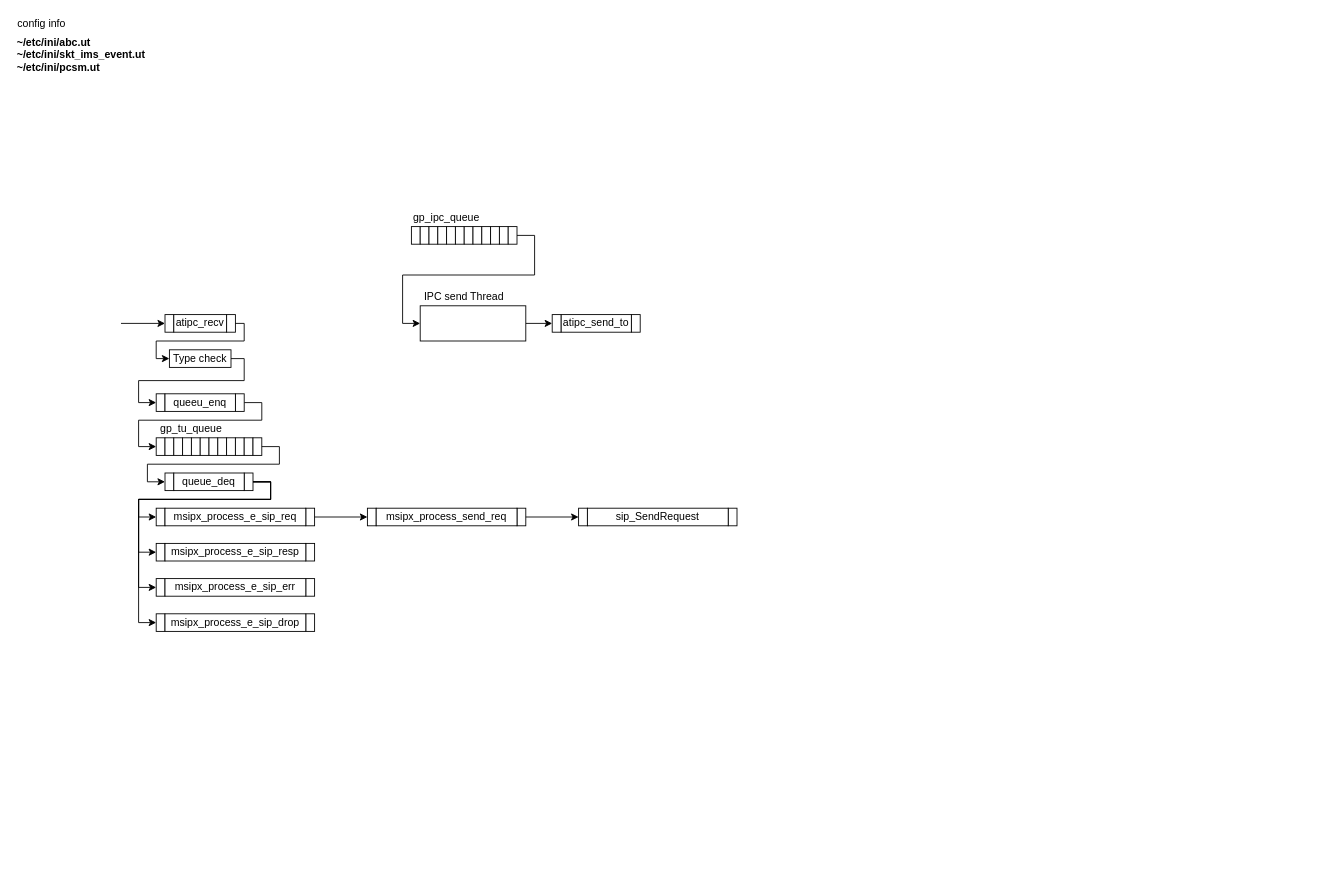
JaeHyeon774/NEWTIL keeps this draw.io diagram as ABC.drawio. Above is the earlier version. Source tidied: cells renumbered, new cells numbered last; positions are measured from the earlier drawing's top-left corner, leaving out a move shared by most shapes. Both pictures are drawn from the tidied source at 88%, with x=0, y=0 at pixel (15, 15).
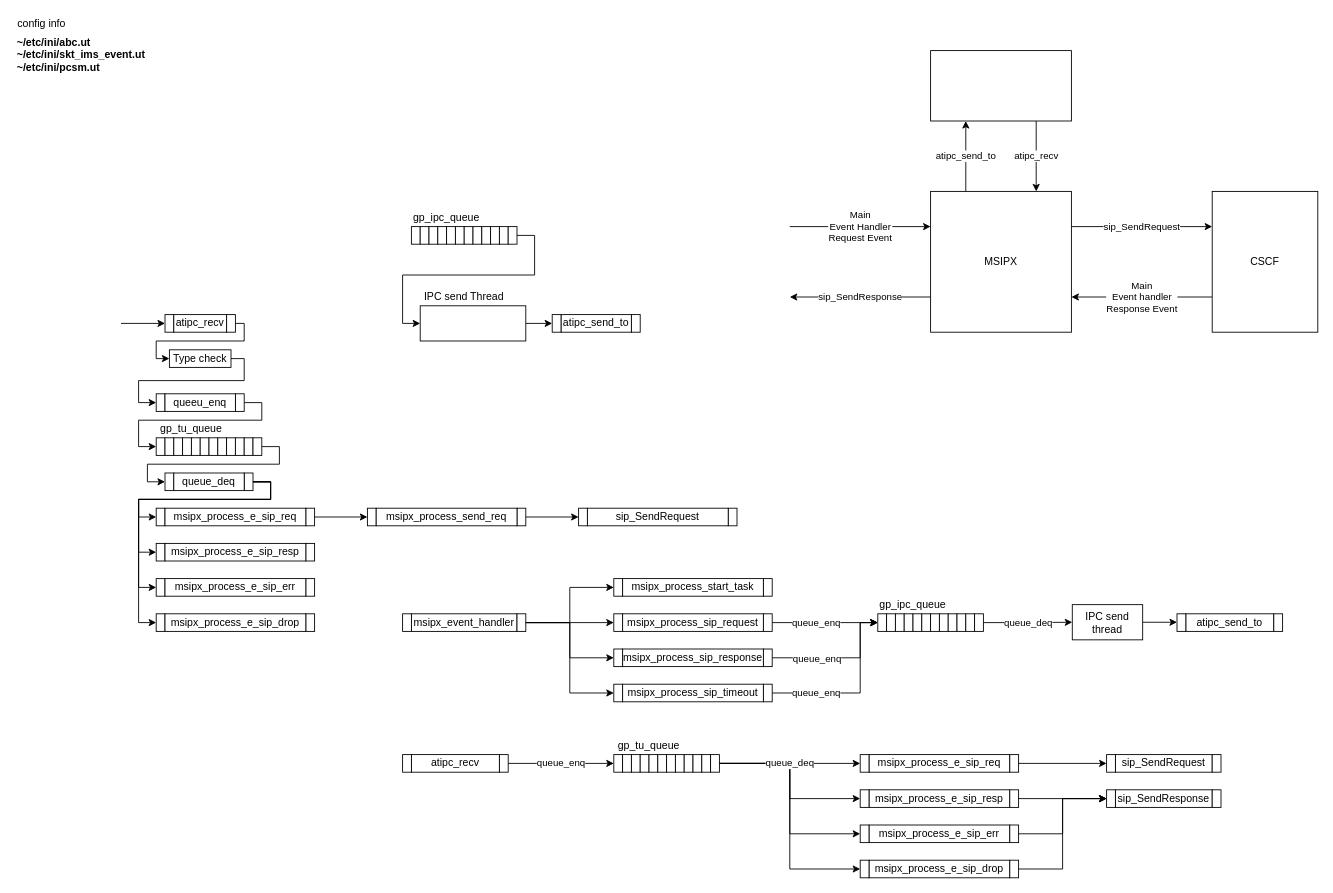
After the change.

Diff of the diagram source:
```diff
@@
+    <mxCell id="89" value="atipc_send_to" style="edgeStyle=orthogonalEdgeStyle;rounded=0;jettySize=auto;html=1;exitX=0.25;exitY=0;exitDx=0;exitDy=0;entryX=0.25;entryY=1;entryDx=0;entryDy=0;" parent="1" edge="1" source="90" target="97">
+      <mxGeometry relative="1" as="geometry" />
+    </mxCell>
+    <mxCell id="90" value="MSIPX" style="whiteSpace=wrap;html=1;" parent="1" vertex="1">
+      <mxGeometry x="1040" y="200" width="160" height="160" as="geometry" />
+    </mxCell>
+    <mxCell id="91" value="Main&lt;div&gt;Event Handler&lt;/div&gt;&lt;div&gt;Request Event&lt;/div&gt;" style="endArrow=classic;html=1;rounded=0;entryX=0;entryY=0.25;entryDx=0;entryDy=0;" parent="1" edge="1" target="90">
+      <mxGeometry relative="1" as="geometry">
+        <mxPoint x="880" y="240" as="sourcePoint" />
+      </mxGeometry>
+    </mxCell>
+    <mxCell id="92" value="s&lt;span style=&quot;background-color: light-dark(#ffffff, var(--ge-dark-color, #121212)); color: light-dark(rgb(0, 0, 0), rgb(255, 255, 255));&quot;&gt;ip_SendRequest&lt;/span&gt;" style="endArrow=classic;html=1;rounded=0;exitX=1;exitY=0.25;exitDx=0;exitDy=0;" parent="1" edge="1" source="90">
+      <mxGeometry relative="1" as="geometry">
+        <mxPoint x="1360" y="240" as="targetPoint" />
+      </mxGeometry>
+    </mxCell>
+    <mxCell id="93" value="Main&lt;div&gt;Event handler&lt;/div&gt;&lt;div&gt;Response Event&lt;/div&gt;" style="endArrow=classic;html=1;rounded=0;entryX=1;entryY=0.75;entryDx=0;entryDy=0;" parent="1" edge="1" target="90">
+      <mxGeometry relative="1" as="geometry">
+        <mxPoint x="1360" y="320" as="sourcePoint" />
+      </mxGeometry>
+    </mxCell>
+    <mxCell id="94" value="sip_SendResponse" style="endArrow=classic;html=1;rounded=0;exitX=0;exitY=0.75;exitDx=0;exitDy=0;" parent="1" edge="1" source="90">
+      <mxGeometry relative="1" as="geometry">
+        <mxPoint x="880" y="320" as="targetPoint" />
+      </mxGeometry>
+    </mxCell>
+    <mxCell id="95" value="CSCF" style="rounded=0;whiteSpace=wrap;html=1;" parent="1" vertex="1">
+      <mxGeometry x="1360" y="200" width="120" height="160" as="geometry" />
+    </mxCell>
+    <mxCell id="96" value="atipc_recv" style="edgeStyle=orthogonalEdgeStyle;rounded=0;jettySize=auto;html=1;exitX=0.75;exitY=1;exitDx=0;exitDy=0;entryX=0.75;entryY=0;entryDx=0;entryDy=0;" parent="1" edge="1" source="97" target="90">
+      <mxGeometry relative="1" as="geometry" />
+    </mxCell>
+    <mxCell id="97" style="rounded=0;whiteSpace=wrap;html=1;" parent="1" vertex="1">
+      <mxGeometry x="1040" y="40" width="160" height="80" as="geometry" />
+    </mxCell>
+    <mxCell id="98" style="group;" parent="1" vertex="1">
+      <mxGeometry x="680" y="680" width="180" height="20" as="geometry" />
+    </mxCell>
+    <mxCell id="99" value="msipx_process_sip_request" style="rounded=0;whiteSpace=wrap;html=1;" parent="98" vertex="1">
+      <mxGeometry x="10" width="160" height="20" as="geometry" />
+    </mxCell>
+    <mxCell id="100" style="rounded=0;whiteSpace=wrap;html=1;" parent="98" vertex="1">
+      <mxGeometry width="10" height="20" as="geometry" />
+    </mxCell>
+    <mxCell id="101" style="rounded=0;whiteSpace=wrap;html=1;" parent="98" vertex="1">
+      <mxGeometry x="170" width="10" height="20" as="geometry" />
+    </mxCell>
+    <mxCell id="102" style="group;" parent="1" vertex="1">
+      <mxGeometry x="980" y="660" width="120" height="40" as="geometry" />
+    </mxCell>
+    <mxCell id="103" value="gp_ipc_que&lt;span style=&quot;background-color: transparent; color: light-dark(rgb(0, 0, 0), rgb(255, 255, 255));&quot;&gt;ue&lt;/span&gt;" style="text;html=1;whiteSpace=wrap;strokeColor=none;fillColor=none;align=center;verticalAlign=middle;rounded=0;" parent="102" vertex="1">
+      <mxGeometry width="80" height="20" as="geometry" />
+    </mxCell>
+    <mxCell id="104" style="rounded=0;whiteSpace=wrap;html=1;" parent="102" vertex="1">
+      <mxGeometry y="20" width="10" height="20" as="geometry" />
+    </mxCell>
+    <mxCell id="105" style="rounded=0;whiteSpace=wrap;html=1;" parent="102" vertex="1">
+      <mxGeometry x="10" y="20" width="10" height="20" as="geometry" />
+    </mxCell>
+    <mxCell id="106" style="rounded=0;whiteSpace=wrap;html=1;" parent="102" vertex="1">
+      <mxGeometry x="20" y="20" width="10" height="20" as="geometry" />
+    </mxCell>
+    <mxCell id="107" style="rounded=0;whiteSpace=wrap;html=1;" parent="102" vertex="1">
+      <mxGeometry x="30" y="20" width="10" height="20" as="geometry" />
+    </mxCell>
+    <mxCell id="108" style="rounded=0;whiteSpace=wrap;html=1;" parent="102" vertex="1">
+      <mxGeometry x="40" y="20" width="10" height="20" as="geometry" />
+    </mxCell>
+    <mxCell id="109" style="rounded=0;whiteSpace=wrap;html=1;" parent="102" vertex="1">
+      <mxGeometry x="50" y="20" width="10" height="20" as="geometry" />
+    </mxCell>
+    <mxCell id="110" style="rounded=0;whiteSpace=wrap;html=1;" parent="102" vertex="1">
+      <mxGeometry x="60" y="20" width="10" height="20" as="geometry" />
+    </mxCell>
+    <mxCell id="111" style="rounded=0;whiteSpace=wrap;html=1;" parent="102" vertex="1">
+      <mxGeometry x="70" y="20" width="10" height="20" as="geometry" />
+    </mxCell>
+    <mxCell id="112" style="rounded=0;whiteSpace=wrap;html=1;" parent="102" vertex="1">
+      <mxGeometry x="80" y="20" width="10" height="20" as="geometry" />
+    </mxCell>
+    <mxCell id="113" style="rounded=0;whiteSpace=wrap;html=1;" parent="102" vertex="1">
+      <mxGeometry x="90" y="20" width="10" height="20" as="geometry" />
+    </mxCell>
+    <mxCell id="114" style="rounded=0;whiteSpace=wrap;html=1;" parent="102" vertex="1">
+      <mxGeometry x="100" y="20" width="10" height="20" as="geometry" />
+    </mxCell>
+    <mxCell id="115" style="rounded=0;whiteSpace=wrap;html=1;" parent="102" vertex="1">
+      <mxGeometry x="110" y="20" width="10" height="20" as="geometry" />
+    </mxCell>
+    <mxCell id="116" value="&lt;div&gt;queue_enq&lt;/div&gt;" style="edgeStyle=orthogonalEdgeStyle;rounded=0;jettySize=auto;html=1;exitX=1;exitY=0.5;exitDx=0;exitDy=0;entryX=0;entryY=0.5;entryDx=0;entryDy=0;" parent="1" edge="1" source="101" target="104">
+      <mxGeometry x="-0.17" relative="1" as="geometry" />
+    </mxCell>
+    <mxCell id="117" style="group;" parent="1" vertex="1">
+      <mxGeometry x="440" y="680" width="140" height="20" as="geometry" />
+    </mxCell>
+    <mxCell id="118" value="msipx_event_handler" style="rounded=0;whiteSpace=wrap;html=1;" parent="117" vertex="1">
+      <mxGeometry x="10" width="120" height="20" as="geometry" />
+    </mxCell>
+    <mxCell id="119" style="rounded=0;whiteSpace=wrap;html=1;" parent="117" vertex="1">
+      <mxGeometry width="10" height="20" as="geometry" />
+    </mxCell>
+    <mxCell id="120" style="rounded=0;whiteSpace=wrap;html=1;" parent="117" vertex="1">
+      <mxGeometry x="130" width="10" height="20" as="geometry" />
+    </mxCell>
+    <mxCell id="121" style="edgeStyle=orthogonalEdgeStyle;rounded=0;jettySize=auto;html=1;exitX=1;exitY=0.5;exitDx=0;exitDy=0;entryX=0;entryY=0.5;entryDx=0;entryDy=0;" parent="1" edge="1" source="120" target="100">
+      <mxGeometry relative="1" as="geometry" />
+    </mxCell>
+    <mxCell id="122" style="group;" parent="1" vertex="1">
+      <mxGeometry x="680" y="720" width="180" height="20" as="geometry" />
+    </mxCell>
+    <mxCell id="123" value="msipx_process_sip_response" style="rounded=0;whiteSpace=wrap;html=1;" parent="122" vertex="1">
+      <mxGeometry x="10" width="160" height="20" as="geometry" />
+    </mxCell>
+    <mxCell id="124" style="rounded=0;whiteSpace=wrap;html=1;" parent="122" vertex="1">
+      <mxGeometry width="10" height="20" as="geometry" />
+    </mxCell>
+    <mxCell id="125" style="rounded=0;whiteSpace=wrap;html=1;" parent="122" vertex="1">
+      <mxGeometry x="170" width="10" height="20" as="geometry" />
+    </mxCell>
+    <mxCell id="126" style="group;" parent="1" vertex="1">
+      <mxGeometry x="680" y="760" width="180" height="20" as="geometry" />
+    </mxCell>
+    <mxCell id="127" value="msipx_process_sip_timeout" style="rounded=0;whiteSpace=wrap;html=1;" parent="126" vertex="1">
+      <mxGeometry x="10" width="160" height="20" as="geometry" />
+    </mxCell>
+    <mxCell id="128" style="rounded=0;whiteSpace=wrap;html=1;" parent="126" vertex="1">
+      <mxGeometry width="10" height="20" as="geometry" />
+    </mxCell>
+    <mxCell id="129" style="rounded=0;whiteSpace=wrap;html=1;" parent="126" vertex="1">
+      <mxGeometry x="170" width="10" height="20" as="geometry" />
+    </mxCell>
+    <mxCell id="130" style="group;" parent="1" vertex="1">
+      <mxGeometry x="680" y="640" width="180" height="20" as="geometry" />
+    </mxCell>
+    <mxCell id="131" value="msipx_process_start_task" style="rounded=0;whiteSpace=wrap;html=1;" parent="130" vertex="1">
+      <mxGeometry x="10" width="160" height="20" as="geometry" />
+    </mxCell>
+    <mxCell id="132" style="rounded=0;whiteSpace=wrap;html=1;" parent="130" vertex="1">
+      <mxGeometry width="10" height="20" as="geometry" />
+    </mxCell>
+    <mxCell id="133" style="rounded=0;whiteSpace=wrap;html=1;" parent="130" vertex="1">
+      <mxGeometry x="170" width="10" height="20" as="geometry" />
+    </mxCell>
+    <mxCell id="134" style="edgeStyle=orthogonalEdgeStyle;rounded=0;jettySize=auto;html=1;exitX=1;exitY=0.5;exitDx=0;exitDy=0;entryX=0;entryY=0.5;entryDx=0;entryDy=0;" parent="1" edge="1" source="120" target="132">
+      <mxGeometry relative="1" as="geometry" />
+    </mxCell>
+    <mxCell id="135" style="edgeStyle=orthogonalEdgeStyle;rounded=0;jettySize=auto;html=1;exitX=1;exitY=0.5;exitDx=0;exitDy=0;entryX=0;entryY=0.5;entryDx=0;entryDy=0;" parent="1" edge="1" source="120" target="124">
+      <mxGeometry relative="1" as="geometry" />
+    </mxCell>
+    <mxCell id="136" style="edgeStyle=orthogonalEdgeStyle;rounded=0;jettySize=auto;html=1;exitX=1;exitY=0.5;exitDx=0;exitDy=0;entryX=0;entryY=0.5;entryDx=0;entryDy=0;" parent="1" edge="1" source="120" target="128">
+      <mxGeometry relative="1" as="geometry" />
+    </mxCell>
+    <mxCell id="137" style="edgeStyle=orthogonalEdgeStyle;rounded=0;jettySize=auto;html=1;exitX=1;exitY=0.5;exitDx=0;exitDy=0;entryX=0;entryY=0.5;entryDx=0;entryDy=0;" parent="1" edge="1" source="125" target="104">
+      <mxGeometry relative="1" as="geometry">
+        <Array as="points">
+          <mxPoint x="960" y="730" />
+          <mxPoint x="960" y="690" />
+        </Array>
+      </mxGeometry>
+    </mxCell>
+    <mxCell id="138" value="&lt;div&gt;queue_enq&lt;/div&gt;" style="edgeLabel;html=1;align=center;verticalAlign=middle;" parent="137" vertex="1">
+      <mxGeometry x="-0.13" y="-1" relative="1" as="geometry">
+        <mxPoint x="-20" y="-1" as="offset" />
+      </mxGeometry>
+    </mxCell>
+    <mxCell id="139" style="edgeStyle=orthogonalEdgeStyle;rounded=0;jettySize=auto;html=1;exitX=1;exitY=0.5;exitDx=0;exitDy=0;entryX=0;entryY=0.5;entryDx=0;entryDy=0;" parent="1" edge="1" source="140" target="146">
+      <mxGeometry relative="1" as="geometry" />
+    </mxCell>
+    <mxCell id="140" value="IPC send thread" style="rounded=0;whiteSpace=wrap;html=1;" parent="1" vertex="1">
+      <mxGeometry x="1201" y="669.6" width="80" height="40" as="geometry" />
+    </mxCell>
+    <mxCell id="141" style="edgeStyle=orthogonalEdgeStyle;rounded=0;orthogonalLoop=1;jettySize=auto;html=1;exitX=0.5;exitY=1;exitDx=0;exitDy=0;" parent="1" edge="1" source="140" target="140">
+      <mxGeometry relative="1" as="geometry" />
+    </mxCell>
+    <mxCell id="142" value="queue_deq" style="edgeStyle=orthogonalEdgeStyle;rounded=0;jettySize=auto;html=1;exitX=1;exitY=0.5;exitDx=0;exitDy=0;entryX=0;entryY=0.5;entryDx=0;entryDy=0;" parent="1" edge="1" source="115" target="140">
+      <mxGeometry relative="1" as="geometry" />
+    </mxCell>
+    <mxCell id="143" value="queue_enq" style="edgeStyle=orthogonalEdgeStyle;rounded=0;jettySize=auto;html=1;exitX=1;exitY=0.5;exitDx=0;exitDy=0;entryX=0;entryY=0.5;entryDx=0;entryDy=0;" parent="1" edge="1" source="129" target="104">
+      <mxGeometry x="-0.5" relative="1" as="geometry">
+        <Array as="points">
+          <mxPoint x="960" y="770" />
+          <mxPoint x="960" y="690" />
+        </Array>
+      </mxGeometry>
+    </mxCell>
+    <mxCell id="144" style="group;" parent="1" vertex="1">
+      <mxGeometry x="1320" y="680" width="120" height="20" as="geometry" />
+    </mxCell>
+    <mxCell id="145" value="&lt;span style=&quot;text-wrap-mode: nowrap; background-color: rgb(255, 255, 255);&quot;&gt;&lt;font&gt;atipc_send_to&lt;/font&gt;&lt;/span&gt;" style="rounded=0;whiteSpace=wrap;html=1;" parent="144" vertex="1">
+      <mxGeometry x="10" width="100" height="20" as="geometry" />
+    </mxCell>
+    <mxCell id="146" style="rounded=0;whiteSpace=wrap;html=1;" parent="144" vertex="1">
+      <mxGeometry width="10" height="20" as="geometry" />
+    </mxCell>
+    <mxCell id="147" style="rounded=0;whiteSpace=wrap;html=1;" parent="144" vertex="1">
+      <mxGeometry x="110" width="10" height="20" as="geometry" />
+    </mxCell>
+    <mxCell id="148" style="group;" parent="1" vertex="1">
+      <mxGeometry x="440" y="840" width="120" height="20" as="geometry" />
+    </mxCell>
+    <mxCell id="149" value="&lt;span style=&quot;text-wrap-mode: nowrap; background-color: rgb(255, 255, 255);&quot;&gt;&lt;font&gt;atipc_recv&lt;/font&gt;&lt;/span&gt;" style="rounded=0;whiteSpace=wrap;html=1;" parent="148" vertex="1">
+      <mxGeometry x="10" width="100" height="20" as="geometry" />
+    </mxCell>
+    <mxCell id="150" style="rounded=0;whiteSpace=wrap;html=1;" parent="148" vertex="1">
+      <mxGeometry width="10" height="20" as="geometry" />
+    </mxCell>
+    <mxCell id="151" style="rounded=0;whiteSpace=wrap;html=1;" parent="148" vertex="1">
+      <mxGeometry x="110" width="10" height="20" as="geometry" />
+    </mxCell>
+    <mxCell id="152" style="group;" parent="1" vertex="1">
+      <mxGeometry x="960" y="840" width="180" height="20" as="geometry" />
+    </mxCell>
+    <mxCell id="153" value="msipx_process_e_sip_req" style="rounded=0;whiteSpace=wrap;html=1;" parent="152" vertex="1">
+      <mxGeometry x="10" width="160" height="20" as="geometry" />
+    </mxCell>
+    <mxCell id="154" style="rounded=0;whiteSpace=wrap;html=1;" parent="152" vertex="1">
+      <mxGeometry width="10" height="20" as="geometry" />
+    </mxCell>
+    <mxCell id="155" style="rounded=0;whiteSpace=wrap;html=1;" parent="152" vertex="1">
+      <mxGeometry x="170" width="10" height="20" as="geometry" />
+    </mxCell>
+    <mxCell id="156" style="group;" parent="1" vertex="1">
+      <mxGeometry x="960" y="880" width="180" height="20" as="geometry" />
+    </mxCell>
+    <mxCell id="157" value="msipx_process_e_sip_resp" style="rounded=0;whiteSpace=wrap;html=1;" parent="156" vertex="1">
+      <mxGeometry x="10" width="160" height="20" as="geometry" />
+    </mxCell>
+    <mxCell id="158" style="rounded=0;whiteSpace=wrap;html=1;" parent="156" vertex="1">
+      <mxGeometry width="10" height="20" as="geometry" />
+    </mxCell>
+    <mxCell id="159" style="rounded=0;whiteSpace=wrap;html=1;" parent="156" vertex="1">
+      <mxGeometry x="170" width="10" height="20" as="geometry" />
+    </mxCell>
+    <mxCell id="160" style="group;" parent="1" vertex="1">
+      <mxGeometry x="960" y="920" width="180" height="20" as="geometry" />
+    </mxCell>
+    <mxCell id="161" value="msipx_process_e_sip_err" style="rounded=0;whiteSpace=wrap;html=1;" parent="160" vertex="1">
+      <mxGeometry x="10" width="160" height="20" as="geometry" />
+    </mxCell>
+    <mxCell id="162" style="rounded=0;whiteSpace=wrap;html=1;" parent="160" vertex="1">
+      <mxGeometry width="10" height="20" as="geometry" />
+    </mxCell>
+    <mxCell id="163" style="rounded=0;whiteSpace=wrap;html=1;" parent="160" vertex="1">
+      <mxGeometry x="170" width="10" height="20" as="geometry" />
+    </mxCell>
+    <mxCell id="164" style="group;" parent="1" vertex="1">
+      <mxGeometry x="960" y="960" width="180" height="20" as="geometry" />
+    </mxCell>
+    <mxCell id="165" value="msipx_process_e_sip_drop" style="rounded=0;whiteSpace=wrap;html=1;" parent="164" vertex="1">
+      <mxGeometry x="10" width="160" height="20" as="geometry" />
+    </mxCell>
+    <mxCell id="166" style="rounded=0;whiteSpace=wrap;html=1;" parent="164" vertex="1">
+      <mxGeometry width="10" height="20" as="geometry" />
+    </mxCell>
+    <mxCell id="167" style="rounded=0;whiteSpace=wrap;html=1;" parent="164" vertex="1">
+      <mxGeometry x="170" width="10" height="20" as="geometry" />
+    </mxCell>
+    <mxCell id="168" style="group;" parent="1" vertex="1">
+      <mxGeometry x="680" y="820" width="120" height="40" as="geometry" />
+    </mxCell>
+    <mxCell id="169" value="gp_tu_que&lt;span style=&quot;background-color: transparent; color: light-dark(rgb(0, 0, 0), rgb(255, 255, 255));&quot;&gt;ue&lt;/span&gt;" style="text;html=1;whiteSpace=wrap;strokeColor=none;fillColor=none;align=center;verticalAlign=middle;rounded=0;" parent="168" vertex="1">
+      <mxGeometry width="80" height="20" as="geometry" />
+    </mxCell>
+    <mxCell id="170" style="rounded=0;whiteSpace=wrap;html=1;" parent="168" vertex="1">
+      <mxGeometry y="20" width="10" height="20" as="geometry" />
+    </mxCell>
+    <mxCell id="171" style="rounded=0;whiteSpace=wrap;html=1;" parent="168" vertex="1">
+      <mxGeometry x="10" y="20" width="10" height="20" as="geometry" />
+    </mxCell>
+    <mxCell id="172" style="rounded=0;whiteSpace=wrap;html=1;" parent="168" vertex="1">
+      <mxGeometry x="20" y="20" width="10" height="20" as="geometry" />
+    </mxCell>
+    <mxCell id="173" style="rounded=0;whiteSpace=wrap;html=1;" parent="168" vertex="1">
+      <mxGeometry x="30" y="20" width="10" height="20" as="geometry" />
+    </mxCell>
+    <mxCell id="174" style="rounded=0;whiteSpace=wrap;html=1;" parent="168" vertex="1">
+      <mxGeometry x="40" y="20" width="10" height="20" as="geometry" />
+    </mxCell>
+    <mxCell id="175" style="rounded=0;whiteSpace=wrap;html=1;" parent="168" vertex="1">
+      <mxGeometry x="50" y="20" width="10" height="20" as="geometry" />
+    </mxCell>
+    <mxCell id="176" style="rounded=0;whiteSpace=wrap;html=1;" parent="168" vertex="1">
+      <mxGeometry x="60" y="20" width="10" height="20" as="geometry" />
+    </mxCell>
+    <mxCell id="177" style="rounded=0;whiteSpace=wrap;html=1;" parent="168" vertex="1">
+      <mxGeometry x="70" y="20" width="10" height="20" as="geometry" />
+    </mxCell>
+    <mxCell id="178" style="rounded=0;whiteSpace=wrap;html=1;" parent="168" vertex="1">
+      <mxGeometry x="80" y="20" width="10" height="20" as="geometry" />
+    </mxCell>
+    <mxCell id="179" style="rounded=0;whiteSpace=wrap;html=1;" parent="168" vertex="1">
+      <mxGeometry x="90" y="20" width="10" height="20" as="geometry" />
+    </mxCell>
+    <mxCell id="180" style="rounded=0;whiteSpace=wrap;html=1;" parent="168" vertex="1">
+      <mxGeometry x="100" y="20" width="10" height="20" as="geometry" />
+    </mxCell>
+    <mxCell id="181" style="rounded=0;whiteSpace=wrap;html=1;" parent="168" vertex="1">
+      <mxGeometry x="110" y="20" width="10" height="20" as="geometry" />
+    </mxCell>
+    <mxCell id="182" value="queue_enq" style="edgeStyle=orthogonalEdgeStyle;rounded=0;jettySize=auto;html=1;exitX=1;exitY=0.5;exitDx=0;exitDy=0;entryX=0;entryY=0.5;entryDx=0;entryDy=0;" parent="1" edge="1" source="151" target="170">
+      <mxGeometry relative="1" as="geometry" />
+    </mxCell>
+    <mxCell id="183" style="edgeStyle=orthogonalEdgeStyle;rounded=0;jettySize=auto;html=1;exitX=1;exitY=0.5;exitDx=0;exitDy=0;entryX=0;entryY=0.5;entryDx=0;entryDy=0;" parent="1" edge="1" source="181" target="158">
+      <mxGeometry relative="1" as="geometry" />
+    </mxCell>
+    <mxCell id="184" style="edgeStyle=orthogonalEdgeStyle;rounded=0;jettySize=auto;html=1;exitX=1;exitY=0.5;exitDx=0;exitDy=0;entryX=0;entryY=0.5;entryDx=0;entryDy=0;" parent="1" edge="1" source="181" target="162">
+      <mxGeometry relative="1" as="geometry" />
+    </mxCell>
+    <mxCell id="185" style="edgeStyle=orthogonalEdgeStyle;rounded=0;jettySize=auto;html=1;exitX=1;exitY=0.5;exitDx=0;exitDy=0;entryX=0;entryY=0.5;entryDx=0;entryDy=0;" parent="1" edge="1" source="181" target="166">
+      <mxGeometry relative="1" as="geometry" />
+    </mxCell>
+    <mxCell id="186" value="queue_deq" style="edgeStyle=orthogonalEdgeStyle;rounded=0;jettySize=auto;html=1;exitX=1;exitY=0.5;exitDx=0;exitDy=0;entryX=0;entryY=0.5;entryDx=0;entryDy=0;" parent="1" edge="1" source="181" target="154">
+      <mxGeometry relative="1" as="geometry" />
+    </mxCell>
+    <mxCell id="187" style="group;" parent="1" vertex="1">
+      <mxGeometry x="1240" y="840" width="130" height="20" as="geometry" />
+    </mxCell>
+    <mxCell id="188" value="sip_SendRequest" style="rounded=0;whiteSpace=wrap;html=1;" parent="187" vertex="1">
+      <mxGeometry x="10" width="110" height="20" as="geometry" />
+    </mxCell>
+    <mxCell id="189" style="rounded=0;whiteSpace=wrap;html=1;" parent="187" vertex="1">
+      <mxGeometry width="10" height="20" as="geometry" />
+    </mxCell>
+    <mxCell id="190" style="rounded=0;whiteSpace=wrap;html=1;" parent="187" vertex="1">
+      <mxGeometry x="120" width="10" height="20" as="geometry" />
+    </mxCell>
+    <mxCell id="191" style="edgeStyle=orthogonalEdgeStyle;rounded=0;jettySize=auto;html=1;exitX=1;exitY=0.5;exitDx=0;exitDy=0;entryX=0;entryY=0.5;entryDx=0;entryDy=0;" parent="1" edge="1" source="155" target="189">
+      <mxGeometry relative="1" as="geometry" />
+    </mxCell>
+    <mxCell id="192" style="edgeStyle=orthogonalEdgeStyle;rounded=0;jettySize=auto;html=1;exitX=1;exitY=0.5;exitDx=0;exitDy=0;entryX=0;entryY=0.5;entryDx=0;entryDy=0;" parent="1" edge="1" source="159" target="196">
+      <mxGeometry relative="1" as="geometry" />
+    </mxCell>
+    <mxCell id="193" style="edgeStyle=orthogonalEdgeStyle;rounded=0;jettySize=auto;html=1;exitX=1;exitY=0.5;exitDx=0;exitDy=0;entryX=0;entryY=0.5;entryDx=0;entryDy=0;" parent="1" edge="1" source="163" target="196">
+      <mxGeometry relative="1" as="geometry" />
+    </mxCell>
+    <mxCell id="194" style="group;" parent="1" vertex="1">
+      <mxGeometry x="1240" y="880" width="130" height="20" as="geometry" />
+    </mxCell>
+    <mxCell id="195" value="sip_SendResponse" style="rounded=0;whiteSpace=wrap;html=1;" parent="194" vertex="1">
+      <mxGeometry x="10" width="110" height="20" as="geometry" />
+    </mxCell>
+    <mxCell id="196" style="rounded=0;whiteSpace=wrap;html=1;" parent="194" vertex="1">
+      <mxGeometry width="10" height="20" as="geometry" />
+    </mxCell>
+    <mxCell id="197" style="rounded=0;whiteSpace=wrap;html=1;" parent="194" vertex="1">
+      <mxGeometry x="120" width="10" height="20" as="geometry" />
+    </mxCell>
+    <mxCell id="198" style="edgeStyle=orthogonalEdgeStyle;rounded=0;jettySize=auto;html=1;exitX=1;exitY=0.5;exitDx=0;exitDy=0;entryX=0;entryY=0.5;entryDx=0;entryDy=0;" parent="1" edge="1" source="167" target="196">
+      <mxGeometry relative="1" as="geometry" />
+    </mxCell>
```
